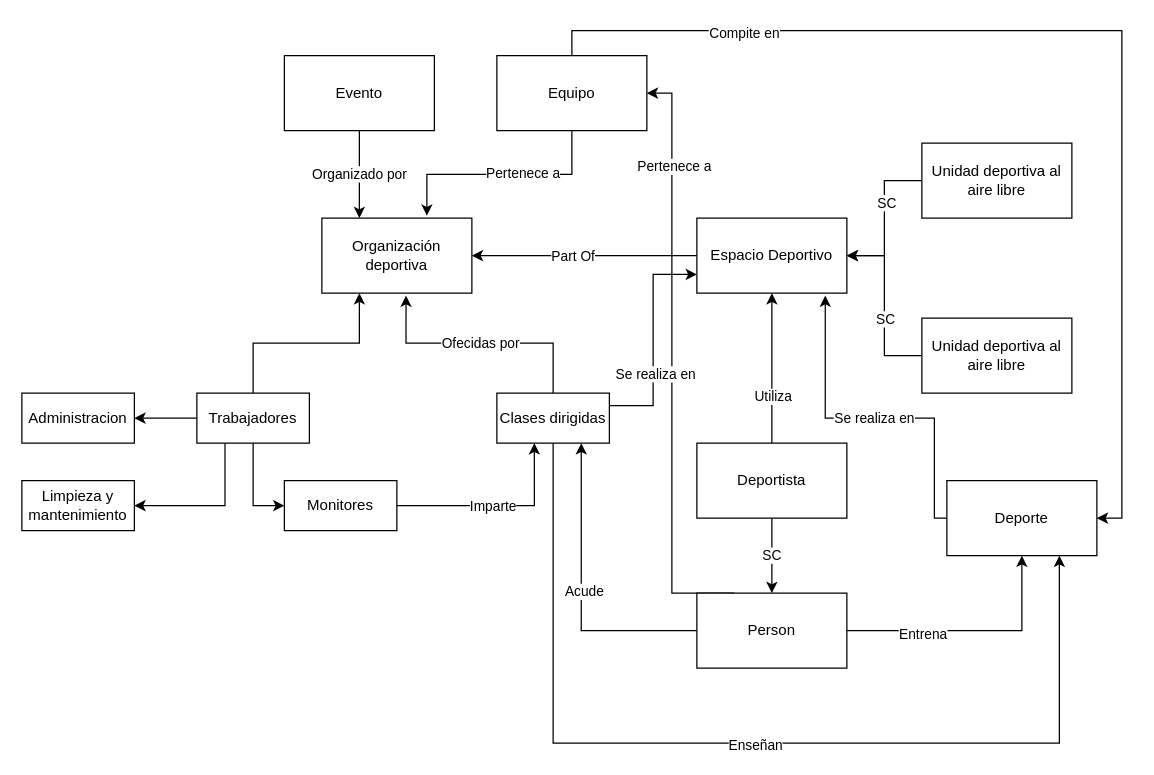
The draw.io diagram page "Page-1" (1 of 2) of Modelo.drawio in amunoz5/practica-ontologia, before the edit. Source tidied: cells renumbered, new cells numbered last; positions are measured from the earlier drawing's top-left corner, leaving out a move shared by most shapes. Both pictures are drawn from the tidied source at 125%, with x=0, y=0 at pixel (21, 30).
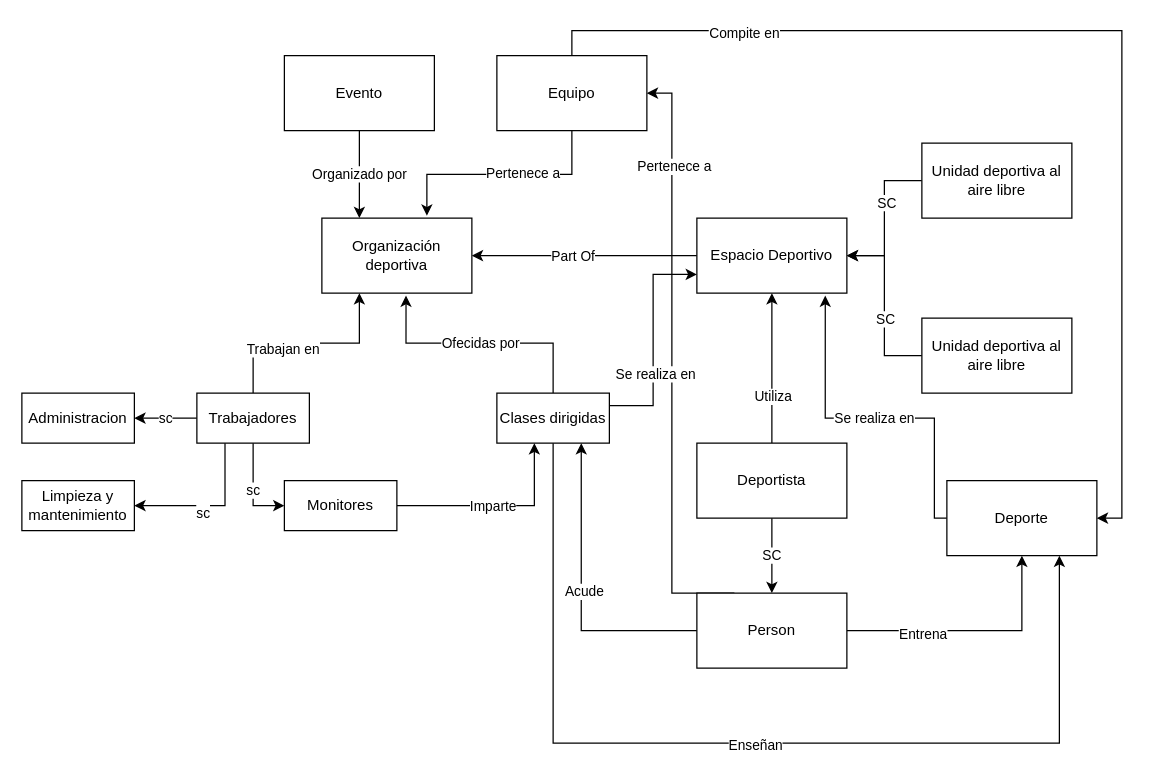
After the change.

Commit message:
Modelo Actualizado

The change refers to these unchanged cells:
```xml
<mxCell id="27" style="edgeStyle=orthogonalEdgeStyle;rounded=0;jettySize=auto;html=1;exitX=0.5;exitY=0;exitDx=0;exitDy=0;entryX=0.25;entryY=1;entryDx=0;entryDy=0;" parent="1" edge="1" source="31" target="5">
  <mxGeometry relative="1" as="geometry" />
</mxCell>
<mxCell id="29" style="edgeStyle=orthogonalEdgeStyle;rounded=0;jettySize=auto;html=1;exitX=0.25;exitY=1;exitDx=0;exitDy=0;entryX=1;entryY=0.5;entryDx=0;entryDy=0;" parent="1" edge="1" source="31" target="39">
  <mxGeometry relative="1" as="geometry" />
</mxCell>
<mxCell id="31" value="Trabajadores" style="rounded=0;whiteSpace=wrap;html=1;" parent="1" vertex="1">
  <mxGeometry x="140" y="290" width="90" height="40" as="geometry" />
</mxCell>
<mxCell id="38" value="Administracion" style="rounded=0;whiteSpace=wrap;html=1;" parent="1" vertex="1">
  <mxGeometry y="290" width="90" height="40" as="geometry" />
</mxCell>
<mxCell id="42" value="Monitores" style="rounded=0;whiteSpace=wrap;html=1;" parent="1" vertex="1">
  <mxGeometry x="210" y="360" width="90" height="40" as="geometry" />
</mxCell>
```

The edit, as a diff of the source:
```diff
@@
+    <mxCell id="48" value="Trabajan en" style="edgeLabel;html=1;align=center;verticalAlign=middle;" parent="27" vertex="1">
+      <mxGeometry x="-0.24" y="-4" relative="1" as="geometry" />
+    </mxCell>
-    <mxCell id="28" style="edgeStyle=orthogonalEdgeStyle;rounded=0;jettySize=auto;html=1;exitX=0;exitY=0.5;exitDx=0;exitDy=0;entryX=1;entryY=0.5;entryDx=0;entryDy=0;" parent="1" edge="1" source="31" target="38">
+    <mxCell id="28" value="sc" style="edgeStyle=orthogonalEdgeStyle;rounded=0;jettySize=auto;html=1;exitX=0;exitY=0.5;exitDx=0;exitDy=0;entryX=1;entryY=0.5;entryDx=0;entryDy=0;" parent="1" edge="1" source="31" target="38">
       <mxGeometry relative="1" as="geometry" />
     </mxCell>
@@
+    <mxCell id="49" value="sc" style="edgeLabel;html=1;align=center;verticalAlign=middle;" parent="29" vertex="1">
+      <mxGeometry x="0.1" y="5" relative="1" as="geometry">
+        <mxPoint x="-1" as="offset" />
+      </mxGeometry>
+    </mxCell>
-    <mxCell id="30" style="edgeStyle=orthogonalEdgeStyle;rounded=0;jettySize=auto;html=1;exitX=0.5;exitY=1;exitDx=0;exitDy=0;entryX=0;entryY=0.5;entryDx=0;entryDy=0;" parent="1" edge="1" source="31" target="42">
+    <mxCell id="30" value="sc" style="edgeStyle=orthogonalEdgeStyle;rounded=0;jettySize=auto;html=1;exitX=0.5;exitY=1;exitDx=0;exitDy=0;entryX=0;entryY=0.5;entryDx=0;entryDy=0;" parent="1" edge="1" source="31" target="42">
       <mxGeometry relative="1" as="geometry" />
     </mxCell>
```
